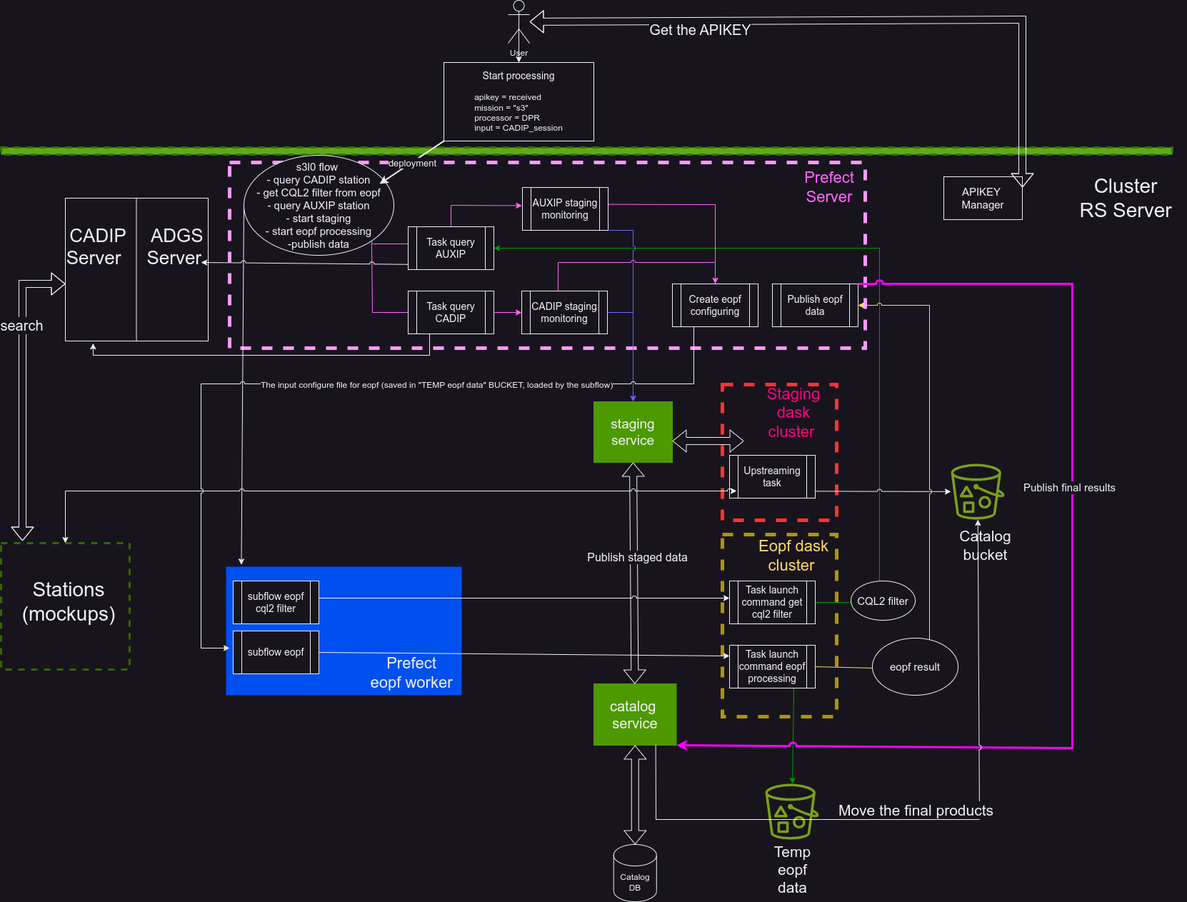
This is notebooks/sprints/sprint23/dpr_processing_prefect_workflow.png from RS-PYTHON/rs-demo, a draw.io export, as it was before one commit. Source tidied: cells renumbered, new cells last; positions are measured from the earlier drawing's top-left corner, leaving out a move shared by most shapes.
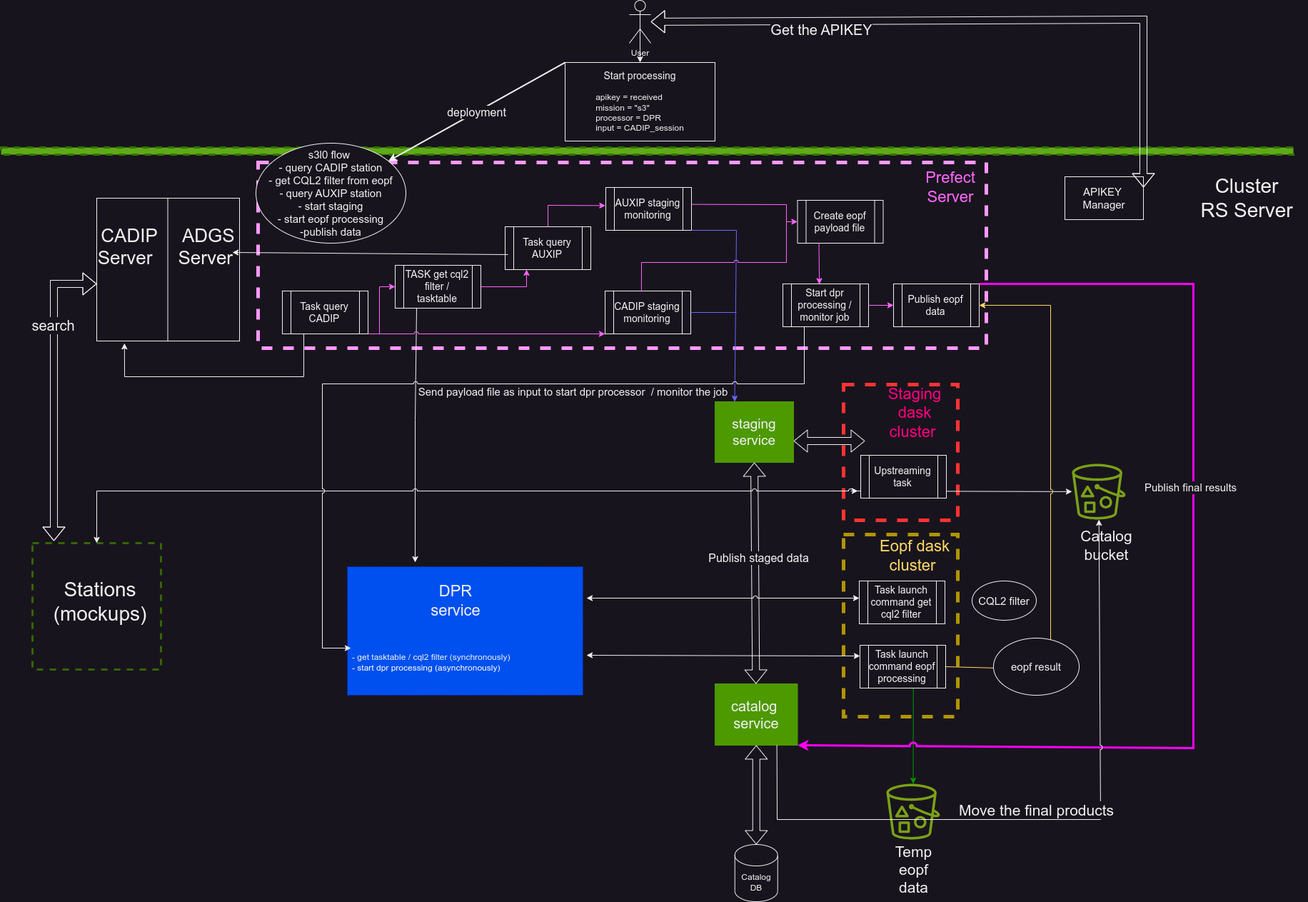
The same file after the commit.

Commit message:
Add the picture with the whole s3_l0 demo prefect flow

Change to the diagram source:
```diff
@@ -7,13 +7,13 @@
     </mxCell>
-    <mxCell id="3" style="rounded=0;whiteSpace=wrap;html=1;dashed=1;labelBackgroundColor=none;fillColor=#0050ef;strokeColor=#001DBC;fontColor=#ffffff;" parent="2" vertex="1">
+    <mxCell id="3" style="rounded=0;whiteSpace=wrap;html=1;dashed=1;labelBackgroundColor=none;fillColor=#0050ef;strokeColor=#001DBC;fontColor=#ffffff;align=left;" parent="2" vertex="1">
       <mxGeometry width="330" height="180" as="geometry" />
     </mxCell>
-    <mxCell id="4" value="&lt;span style=&quot;font-size: 14px;&quot;&gt;subflow eopf&lt;/span&gt;" style="shape=process;whiteSpace=wrap;html=1;backgroundOutline=1;labelBackgroundColor=none;" parent="2" vertex="1">
-      <mxGeometry x="10" y="90" width="120" height="60" as="geometry" />
-    </mxCell>
-    <mxCell id="5" value="&lt;font style=&quot;font-size: 22px;&quot;&gt;Prefect eopf worker&lt;br&gt;&lt;/font&gt;" style="text;strokeColor=none;align=center;fillColor=none;html=1;verticalAlign=middle;whiteSpace=wrap;rounded=0;labelBackgroundColor=none;" parent="2" vertex="1">
-      <mxGeometry x="200" y="134" width="120" height="30" as="geometry" />
+    <mxCell id="5" value="&lt;font style=&quot;font-size: 22px;&quot;&gt;DPR service&lt;br&gt;&lt;/font&gt;" style="text;strokeColor=none;align=center;fillColor=none;html=1;verticalAlign=middle;whiteSpace=wrap;rounded=0;labelBackgroundColor=none;" parent="2" vertex="1">
+      <mxGeometry x="92" y="11" width="120" height="74" as="geometry" />
     </mxCell>
+    <mxCell id="78" value="- get tasktable / cql2 filter (synchronously)&lt;br style=&quot;color: rgb(255, 255, 255);&quot;&gt;&lt;span style=&quot;color: rgb(255, 255, 255);&quot;&gt;- start dpr processing (asynchronously)&lt;/span&gt;" style="text;html=1;align=left;verticalAlign=middle;strokeColor=none;fillColor=none;" parent="2" vertex="1">
+      <mxGeometry x="5" y="114" width="240" height="40" as="geometry" />
+    </mxCell>
     <mxCell id="6" style="rounded=0;whiteSpace=wrap;html=1;dashed=1;labelBackgroundColor=none;strokeWidth=3;strokeColor=#336600;" parent="1" vertex="1">
-      <mxGeometry y="760" width="180" height="177" as="geometry" />
+      <mxGeometry x="-126" y="760" width="180" height="177" as="geometry" />
     </mxCell>
@@ -23,9 +23,9 @@
     <mxCell id="8" style="rounded=0;whiteSpace=wrap;html=1;dashed=1;labelBackgroundColor=none;strokeWidth=3;strokeColor=#2D7600;fillColor=#60a917;fontColor=#ffffff;" parent="1" vertex="1">
-      <mxGeometry y="206" width="1640" height="10" as="geometry" />
+      <mxGeometry x="-170" y="206" width="1810" height="10" as="geometry" />
     </mxCell>
     <mxCell id="9" style="rounded=0;whiteSpace=wrap;html=1;dashed=1;labelBackgroundColor=none;fillColor=none;strokeColor=#FF99FF;strokeWidth=5;" parent="1" vertex="1">
-      <mxGeometry x="320" y="227" width="890" height="260" as="geometry" />
+      <mxGeometry x="190" y="227" width="1020" height="260" as="geometry" />
     </mxCell>
     <mxCell id="10" value="&lt;font style=&quot;font-size: 15px;&quot;&gt;s3l0 flow&amp;nbsp;&lt;br&gt;- query CADIP station&lt;br&gt;- get CQL2 filter from eopf&lt;br&gt;- query AUXIP station&lt;br&gt;- start staging&lt;br&gt;- start eopf processing&lt;br&gt;-publish data&lt;br&gt;&lt;/font&gt;" style="ellipse;whiteSpace=wrap;html=1;labelBackgroundColor=none;" parent="1" vertex="1">
-      <mxGeometry x="340" y="217" width="210" height="140" as="geometry" />
+      <mxGeometry x="187" y="200" width="210" height="140" as="geometry" />
     </mxCell>
@@ -35,10 +35,12 @@
     <mxCell id="12" value="&lt;font style=&quot;font-size: 14px;&quot;&gt;Task query CADIP&lt;br&gt;&lt;/font&gt;" style="shape=process;whiteSpace=wrap;html=1;backgroundOutline=1;labelBackgroundColor=none;" parent="1" vertex="1">
-      <mxGeometry x="570" y="407" width="120" height="60" as="geometry" />
+      <mxGeometry x="224" y="407" width="120" height="60" as="geometry" />
     </mxCell>
     <mxCell id="13" value="&lt;span style=&quot;font-size: 14px;&quot;&gt;Task query AUXIP&lt;/span&gt;" style="shape=process;whiteSpace=wrap;html=1;backgroundOutline=1;labelBackgroundColor=none;" parent="1" vertex="1">
-      <mxGeometry x="570" y="317" width="120" height="60" as="geometry" />
+      <mxGeometry x="536" y="317" width="120" height="60" as="geometry" />
     </mxCell>
-    <mxCell id="14" style="endArrow=none;html=1;rounded=0;entryX=0;entryY=0.4;entryDx=0;entryDy=0;labelBackgroundColor=none;entryPerimeter=0;strokeColor=#FF66FF;" parent="1" edge="1" target="13">
+    <mxCell id="14" style="endArrow=classic;html=1;rounded=0;entryX=0.25;entryY=1;entryDx=0;entryDy=0;labelBackgroundColor=none;strokeColor=#FF66FF;exitX=1;exitY=0.5;exitDx=0;exitDy=0;endFill=1;" parent="1" edge="1" source="79" target="13">
       <mxGeometry relative="1" as="geometry">
-        <mxPoint x="520" y="341" as="sourcePoint" />
+        <Array as="points">
+          <mxPoint x="566" y="401" />
+        </Array>
       </mxGeometry>
@@ -48,9 +50,2 @@
     </mxCell>
-    <mxCell id="16" style="endArrow=none;html=1;rounded=0;labelBackgroundColor=none;exitX=1;exitY=1;exitDx=0;exitDy=0;entryX=0;entryY=0.5;entryDx=0;entryDy=0;strokeColor=#FF66FF;" parent="1" edge="1" source="10" target="12">
-      <mxGeometry relative="1" as="geometry">
-        <Array as="points">
-          <mxPoint x="520" y="437" />
-        </Array>
-      </mxGeometry>
-    </mxCell>
     <mxCell id="17" value="User" style="shape=umlActor;verticalLabelPosition=bottom;verticalAlign=top;html=1;outlineConnect=0;labelBackgroundColor=none;" parent="1" vertex="1">
@@ -61,10 +56,2 @@
     </mxCell>
-    <mxCell id="19" style="endArrow=classic;html=1;rounded=0;jumpStyle=arc;labelBackgroundColor=none;exitX=1;exitY=0.5;exitDx=0;exitDy=0;strokeColor=#009900;" parent="1" edge="1" source="35" target="13">
-      <mxGeometry relative="1" as="geometry">
-        <Array as="points">
-          <mxPoint x="1230" y="843" />
-          <mxPoint x="1230" y="347" />
-        </Array>
-      </mxGeometry>
-    </mxCell>
     <mxCell id="20" style="endArrow=classic;html=1;rounded=0;exitX=0.25;exitY=1;exitDx=0;exitDy=0;jumpStyle=arc;labelBackgroundColor=none;entryX=0.194;entryY=1.016;entryDx=0;entryDy=0;entryPerimeter=0;" parent="1" edge="1" source="12" target="42">
@@ -72,4 +59,4 @@
         <Array as="points">
-          <mxPoint x="600" y="497" />
-          <mxPoint x="129" y="497" />
+          <mxPoint x="254" y="527" />
+          <mxPoint x="3" y="527" />
         </Array>
@@ -80,9 +67,9 @@
     </mxCell>
-    <mxCell id="22" style="endArrow=classic;html=1;rounded=0;exitX=0;exitY=1;exitDx=0;exitDy=0;labelBackgroundColor=none;strokeWidth=2;fontSize=14;" parent="1" edge="1" source="21">
-      <mxGeometry relative="1" as="geometry">
-        <mxPoint x="530" y="257" as="targetPoint" />
-      </mxGeometry>
+    <mxCell id="22" style="endArrow=classic;html=1;rounded=0;exitX=0;exitY=0;exitDx=0;exitDy=0;labelBackgroundColor=none;strokeWidth=2;fontSize=14;" parent="1" edge="1" source="21" target="10">
+      <mxGeometry relative="1" as="geometry" />
     </mxCell>
-    <mxCell id="23" value="&lt;font style=&quot;font-size: 13px;&quot;&gt;deployment&lt;/font&gt;" style="edgeLabel;html=1;align=center;verticalAlign=middle;" parent="22" vertex="1">
-      <mxGeometry relative="1" as="geometry" />
+    <mxCell id="23" value="&lt;font style=&quot;font-size: 16px;&quot;&gt;deployment&lt;/font&gt;" style="edgeLabel;html=1;align=center;verticalAlign=middle;" parent="22" vertex="1">
+      <mxGeometry y="-2" relative="1" as="geometry">
+        <mxPoint y="2" as="offset" />
+      </mxGeometry>
     </mxCell>
@@ -97,3 +84,3 @@
     </mxCell>
-    <mxCell id="27" style="endArrow=classic;html=1;rounded=0;strokeColor=#009900;exitX=0.75;exitY=1;exitDx=0;exitDy=0;" parent="1" edge="1" source="38" target="67">
+    <mxCell id="27" style="endArrow=classic;html=1;rounded=0;strokeColor=#009900;exitX=0.622;exitY=1.006;exitDx=0;exitDy=0;exitPerimeter=0;" parent="1" edge="1" source="38" target="67">
       <mxGeometry relative="1" as="geometry" />
@@ -121,4 +108,9 @@
     </mxCell>
-    <mxCell id="33" style="endArrow=none;html=1;rounded=0;labelBackgroundColor=none;entryX=0;entryY=0.5;entryDx=0;entryDy=0;exitX=0.065;exitY=-0.015;exitDx=0;exitDy=0;exitPerimeter=0;startArrow=classic;startFill=1;" parent="1" edge="1" source="3" target="10">
-      <mxGeometry relative="1" as="geometry" />
+    <mxCell id="33" style="endArrow=none;html=1;rounded=0;labelBackgroundColor=none;startArrow=classic;startFill=1;entryX=0.25;entryY=1;entryDx=0;entryDy=0;" parent="1" edge="1" target="79">
+      <mxGeometry relative="1" as="geometry">
+        <mxPoint x="410" y="787" as="sourcePoint" />
+        <Array as="points">
+          <mxPoint x="410" y="587" />
+        </Array>
+      </mxGeometry>
     </mxCell>
@@ -128,3 +120,3 @@
     <mxCell id="35" value="&lt;span style=&quot;font-size: 14px;&quot;&gt;Task launch command get cql2 filter&lt;/span&gt;" style="shape=process;whiteSpace=wrap;html=1;backgroundOutline=1;labelBackgroundColor=none;" parent="1" vertex="1">
-      <mxGeometry x="1020" y="813" width="120" height="60" as="geometry" />
+      <mxGeometry x="1032" y="813" width="120" height="60" as="geometry" />
     </mxCell>
@@ -137,12 +129,14 @@
     <mxCell id="38" value="&lt;span style=&quot;font-size: 14px;&quot;&gt;Task launch command eopf processing&lt;/span&gt;" style="shape=process;whiteSpace=wrap;html=1;backgroundOutline=1;labelBackgroundColor=none;" parent="1" vertex="1">
-      <mxGeometry x="1020" y="903" width="120" height="60" as="geometry" />
+      <mxGeometry x="1033" y="903" width="120" height="60" as="geometry" />
     </mxCell>
     <mxCell id="39" value="&lt;span style=&quot;font-size: 14px;&quot;&gt;AUXIP staging monitoring&lt;/span&gt;" style="shape=process;whiteSpace=wrap;html=1;backgroundOutline=1;labelBackgroundColor=none;" parent="1" vertex="1">
-      <mxGeometry x="730" y="262" width="120" height="60" as="geometry" />
+      <mxGeometry x="677" y="262" width="120" height="60" as="geometry" />
     </mxCell>
-    <mxCell id="40" style="endArrow=classic;html=1;rounded=0;entryX=0;entryY=0.25;entryDx=0;entryDy=0;jumpStyle=arc;labelBackgroundColor=none;exitX=1;exitY=0.5;exitDx=0;exitDy=0;" parent="1" edge="1" source="4" target="38">
-      <mxGeometry relative="1" as="geometry" />
+    <mxCell id="40" style="endArrow=classic;html=1;rounded=0;entryX=0;entryY=0.25;entryDx=0;entryDy=0;jumpStyle=arc;labelBackgroundColor=none;startArrow=classic;startFill=1;" parent="1" edge="1" target="38">
+      <mxGeometry relative="1" as="geometry">
+        <mxPoint x="650" y="917" as="sourcePoint" />
+      </mxGeometry>
     </mxCell>
     <mxCell id="41" style="group;" parent="1" vertex="1">
-      <mxGeometry x="90" y="277" width="200" height="200" as="geometry" />
+      <mxGeometry x="-36" y="277" width="200" height="200" as="geometry" />
     </mxCell>
@@ -157,5 +151,6 @@
     </mxCell>
-    <mxCell id="44" style="endArrow=classic;html=1;rounded=0;exitX=-0.002;exitY=0.879;exitDx=0;exitDy=0;jumpStyle=arc;labelBackgroundColor=none;exitPerimeter=0;" parent="41" edge="1" source="13">
+    <mxCell id="44" style="endArrow=classic;html=1;rounded=0;jumpStyle=arc;labelBackgroundColor=none;" parent="41" edge="1">
       <mxGeometry relative="1" as="geometry">
-        <mxPoint x="190" y="90" as="targetPoint" />
+        <mxPoint x="576" y="79" as="sourcePoint" />
+        <mxPoint x="190" y="76" as="targetPoint" />
       </mxGeometry>
@@ -163,3 +158,3 @@
     <mxCell id="45" value="&lt;font style=&quot;font-size: 28px;&quot;&gt;Stations (mockups)&lt;br&gt;&lt;/font&gt;" style="text;strokeColor=none;align=center;fillColor=none;html=1;verticalAlign=middle;whiteSpace=wrap;rounded=0;labelBackgroundColor=none;" parent="1" vertex="1">
-      <mxGeometry x="10" y="827" width="170" height="30" as="geometry" />
+      <mxGeometry x="-116" y="827" width="170" height="30" as="geometry" />
     </mxCell>
@@ -167,6 +162,6 @@
       <mxGeometry relative="1" as="geometry">
-        <mxPoint x="90" y="397" as="sourcePoint" />
-        <mxPoint x="30" y="757" as="targetPoint" />
+        <mxPoint x="-36" y="397" as="sourcePoint" />
+        <mxPoint x="-96" y="757" as="targetPoint" />
         <Array as="points">
-          <mxPoint x="30" y="397" />
+          <mxPoint x="-96" y="397" />
         </Array>
@@ -180,6 +175,6 @@
     <mxCell id="48" value="&lt;span style=&quot;font-size: 14px;&quot;&gt;CADIP staging monitoring&lt;/span&gt;" style="shape=process;whiteSpace=wrap;html=1;backgroundOutline=1;labelBackgroundColor=none;" parent="1" vertex="1">
-      <mxGeometry x="729" y="407" width="120" height="60" as="geometry" />
+      <mxGeometry x="676" y="407" width="120" height="60" as="geometry" />
     </mxCell>
-    <mxCell id="49" value="&lt;span style=&quot;font-size: 14px;&quot;&gt;Create eopf configuring&lt;/span&gt;" style="shape=process;whiteSpace=wrap;html=1;backgroundOutline=1;labelBackgroundColor=none;" parent="1" vertex="1">
-      <mxGeometry x="940" y="397" width="120" height="60" as="geometry" />
+    <mxCell id="49" value="&lt;span style=&quot;font-size: 14px;&quot;&gt;Start dpr processing / monitor job&lt;/span&gt;" style="shape=process;whiteSpace=wrap;html=1;backgroundOutline=1;labelBackgroundColor=none;" parent="1" vertex="1">
+      <mxGeometry x="925" y="397" width="120" height="60" as="geometry" />
     </mxCell>
@@ -188,7 +183,7 @@
     </mxCell>
-    <mxCell id="51" style="endArrow=classic;html=1;rounded=0;entryX=0.5;entryY=0;entryDx=0;entryDy=0;jumpStyle=arc;labelBackgroundColor=none;exitX=1;exitY=1;exitDx=0;exitDy=0;fillColor=#0050ef;strokeColor=#6666FF;" parent="1" edge="1" source="39" target="34">
+    <mxCell id="51" style="endArrow=classic;html=1;rounded=0;entryX=0.25;entryY=0;entryDx=0;entryDy=0;jumpStyle=arc;labelBackgroundColor=none;exitX=1;exitY=1;exitDx=0;exitDy=0;fillColor=#0050ef;strokeColor=#6666FF;" parent="1" edge="1" source="39" target="34">
       <mxGeometry relative="1" as="geometry">
         <Array as="points">
-          <mxPoint x="885" y="322" />
-          <mxPoint x="885" y="437" />
+          <mxPoint x="860" y="322" />
+          <mxPoint x="858" y="437" />
         </Array>
@@ -198,3 +193,3 @@
       <mxGeometry relative="1" as="geometry">
-        <mxPoint x="885" y="437" as="targetPoint" />
+        <mxPoint x="860" y="437" as="targetPoint" />
       </mxGeometry>
@@ -207,3 +202,3 @@
     </mxCell>
-    <mxCell id="54" style="endArrow=classic;html=1;rounded=0;entryX=0;entryY=0.5;entryDx=0;entryDy=0;jumpStyle=arc;labelBackgroundColor=none;exitX=1;exitY=0.5;exitDx=0;exitDy=0;strokeColor=#FF66FF;" parent="1" edge="1" source="12" target="48">
+    <mxCell id="54" style="endArrow=classic;html=1;rounded=0;entryX=0;entryY=1;entryDx=0;entryDy=0;jumpStyle=arc;labelBackgroundColor=none;exitX=1;exitY=1;exitDx=0;exitDy=0;strokeColor=#FF66FF;" parent="1" edge="1" source="12" target="48">
       <mxGeometry relative="1" as="geometry" />
@@ -213,3 +208,3 @@
         <Array as="points">
-          <mxPoint x="630" y="287" />
+          <mxPoint x="596" y="287" />
         </Array>
@@ -217,7 +212,8 @@
     </mxCell>
-    <mxCell id="56" style="endArrow=classic;html=1;rounded=0;entryX=0.5;entryY=0;entryDx=0;entryDy=0;jumpStyle=arc;labelBackgroundColor=none;exitX=0.424;exitY=0.01;exitDx=0;exitDy=0;exitPerimeter=0;strokeColor=#FF66FF;" parent="1" edge="1" source="48" target="49">
+    <mxCell id="56" style="endArrow=classic;html=1;rounded=0;jumpStyle=arc;labelBackgroundColor=none;exitX=0.424;exitY=0.01;exitDx=0;exitDy=0;exitPerimeter=0;strokeColor=#FF66FF;entryX=0;entryY=0.5;entryDx=0;entryDy=0;" parent="1" edge="1" source="48" target="81">
       <mxGeometry relative="1" as="geometry">
         <Array as="points">
-          <mxPoint x="780" y="367" />
-          <mxPoint x="1000" y="367" />
+          <mxPoint x="727" y="367" />
+          <mxPoint x="930" y="367" />
+          <mxPoint x="930" y="310" />
         </Array>
@@ -227,5 +223,5 @@
       <mxGeometry relative="1" as="geometry">
-        <mxPoint x="1000" y="367" as="targetPoint" />
+        <mxPoint x="930" y="367" as="targetPoint" />
         <Array as="points">
-          <mxPoint x="1000" y="286" />
+          <mxPoint x="930" y="286" />
         </Array>
@@ -242,3 +238,3 @@
     <mxCell id="60" value="&lt;span style=&quot;font-size: 14px;&quot;&gt;Upstreaming task&lt;/span&gt;" style="shape=process;whiteSpace=wrap;html=1;backgroundOutline=1;labelBackgroundColor=none;" parent="1" vertex="1">
-      <mxGeometry x="1020" y="637" width="120" height="60" as="geometry" />
+      <mxGeometry x="1034" y="637" width="120" height="60" as="geometry" />
     </mxCell>
@@ -250,12 +246,5 @@
     </mxCell>
-    <mxCell id="63" style="group;" parent="1" vertex="1">
-      <mxGeometry x="325" y="813" width="310" height="60" as="geometry" />
-    </mxCell>
-    <mxCell id="64" value="&lt;span style=&quot;font-size: 14px;&quot;&gt;subflow eopf cql2 filter&lt;/span&gt;" style="shape=process;whiteSpace=wrap;html=1;backgroundOutline=1;labelBackgroundColor=none;" parent="63" vertex="1">
-      <mxGeometry width="120" height="60" as="geometry" />
-    </mxCell>
-    <mxCell id="65" style="endArrow=classic;html=1;rounded=0;entryX=0;entryY=0.5;entryDx=0;entryDy=0;jumpStyle=arc;labelBackgroundColor=none;exitX=1;exitY=0.5;exitDx=0;exitDy=0;" parent="1" edge="1">
+    <mxCell id="65" style="endArrow=classic;html=1;rounded=0;entryX=0;entryY=0.4;entryDx=0;entryDy=0;jumpStyle=arc;labelBackgroundColor=none;startArrow=classic;startFill=1;entryPerimeter=0;" parent="1" edge="1" target="35">
       <mxGeometry relative="1" as="geometry">
-        <mxPoint x="445" y="837" as="sourcePoint" />
-        <mxPoint x="1020" y="837" as="targetPoint" />
+        <mxPoint x="650" y="837" as="sourcePoint" />
       </mxGeometry>
@@ -294,3 +283,3 @@
         <Array as="points">
-          <mxPoint x="90" y="687" />
+          <mxPoint x="-36" y="687" />
         </Array>
@@ -318,3 +307,3 @@
         <Array as="points">
-          <mxPoint x="970" y="537" />
+          <mxPoint x="955" y="537" />
           <mxPoint x="280" y="537" />
@@ -324,7 +313,27 @@
     </mxCell>
-    <mxCell id="77" value="&lt;font style=&quot;font-size: 12px;&quot;&gt;The input configure file for eopf (saved in &quot;TEMP eopf data&quot; BUCKET, loaded by the subflow)&lt;/font&gt;" style="edgeLabel;html=1;align=center;verticalAlign=middle;" parent="76" vertex="1">
+    <mxCell id="77" value="&lt;font style=&quot;font-size: 15px;&quot;&gt;Send payload file as input to start dpr processor&amp;nbsp; / monitor the job&lt;/font&gt;" style="edgeLabel;html=1;align=center;verticalAlign=middle;" parent="76" vertex="1">
       <mxGeometry x="-0.1" relative="1" as="geometry">
-        <mxPoint x="91" y="1" as="offset" />
+        <mxPoint x="120" y="10" as="offset" />
       </mxGeometry>
     </mxCell>
+    <mxCell id="79" value="&lt;span style=&quot;font-size: 14px;&quot;&gt;TASK get cql2 filter / tasktable&lt;/span&gt;" style="shape=process;whiteSpace=wrap;html=1;backgroundOutline=1;labelBackgroundColor=none;" parent="1" vertex="1">
+      <mxGeometry x="382" y="371" width="120" height="60" as="geometry" />
+    </mxCell>
+    <mxCell id="80" style="endArrow=classic;html=1;rounded=0;entryX=0;entryY=0.5;entryDx=0;entryDy=0;labelBackgroundColor=none;strokeColor=#FF66FF;endFill=1;" parent="1" edge="1" target="79">
+      <mxGeometry relative="1" as="geometry">
+        <mxPoint x="360" y="467" as="sourcePoint" />
+        <Array as="points">
+          <mxPoint x="360" y="401" />
+        </Array>
+      </mxGeometry>
+    </mxCell>
+    <mxCell id="81" value="&lt;span style=&quot;font-size: 14px;&quot;&gt;Create eopf payload file&lt;/span&gt;" style="shape=process;whiteSpace=wrap;html=1;backgroundOutline=1;labelBackgroundColor=none;" parent="1" vertex="1">
+      <mxGeometry x="945.5" y="280" width="120" height="60" as="geometry" />
+    </mxCell>
+    <mxCell id="82" style="endArrow=classic;html=1;rounded=0;exitX=0.25;exitY=1;exitDx=0;exitDy=0;entryX=0.426;entryY=0.009;entryDx=0;entryDy=0;entryPerimeter=0;labelBorderColor=none;labelBackgroundColor=none;strokeColor=#FF66FF;" parent="1" edge="1" source="81" target="49">
+      <mxGeometry relative="1" as="geometry" />
+    </mxCell>
+    <mxCell id="83" style="endArrow=classic;html=1;rounded=0;exitX=1;exitY=0.5;exitDx=0;exitDy=0;entryX=0;entryY=0.5;entryDx=0;entryDy=0;labelBorderColor=none;labelBackgroundColor=none;strokeColor=#FF66FF;" parent="1" edge="1" source="49" target="66">
+      <mxGeometry relative="1" as="geometry" />
+    </mxCell>
   </root>
```
